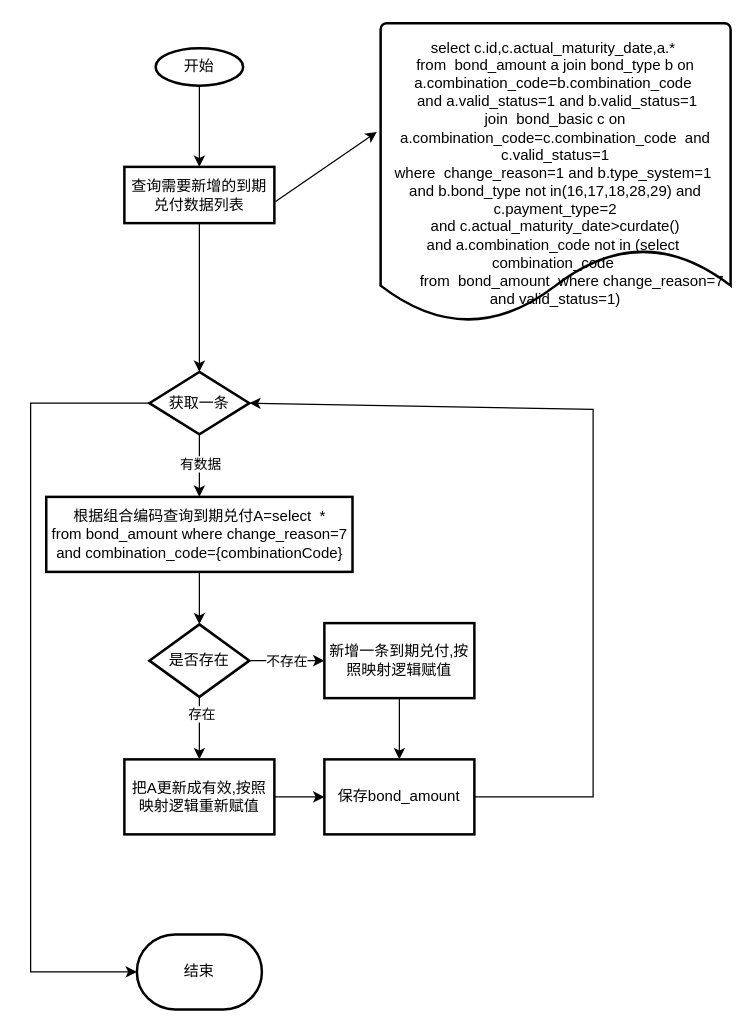
The draw.io diagram bondAmount到期兑付.drawio in xbluckly/test, before the edit. Source tidied: cells renumbered, new cells numbered last; positions are measured from the earlier drawing's top-left corner, leaving out a move shared by most shapes. Both pictures are drawn from the tidied source at 125%, with x=0, y=0 at pixel (30, 22).
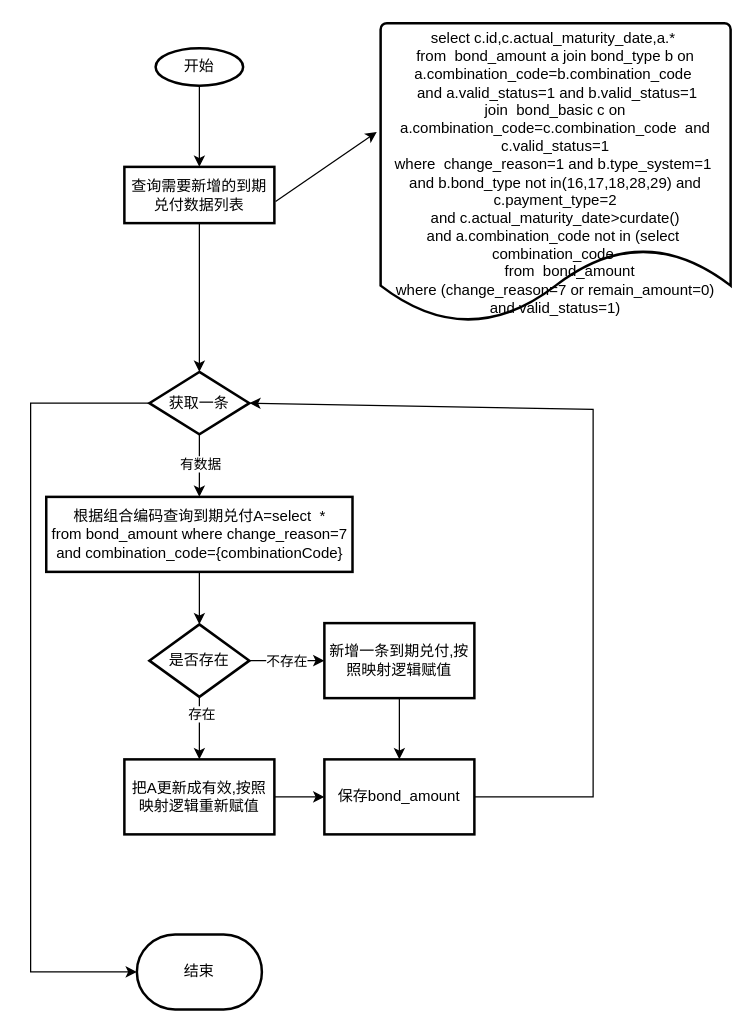
The same page after the edit.

Commit message:
更新bondAmount到期兑付.drawio

Change to the diagram source:
```diff
@@
-    <mxCell id="6" value="&lt;div&gt;select c.id,c.actual_maturity_date,a.*&amp;nbsp;&lt;/div&gt;&lt;div&gt;from&amp;nbsp; bond_amount a join bond_type b on a.combination_code=b.combination_code&amp;nbsp;&lt;/div&gt;&lt;div&gt;&amp;nbsp;and a.valid_status=1 and b.valid_status=1&lt;/div&gt;&lt;div&gt;join&amp;nbsp; bond_basic c on a.combination_code=c.combination_code&amp;nbsp; and c.valid_status=1&lt;/div&gt;&lt;div&gt;where&amp;nbsp; change_reason=1 and b.type_system=1&amp;nbsp;&lt;/div&gt;&lt;div&gt;and b.bond_type not in(16,17,18,28,29) and c.payment_type=2&lt;/div&gt;&lt;div&gt;and c.actual_maturity_date&amp;gt;curdate()&lt;/div&gt;&lt;div&gt;and a.combination_code not in (select&amp;nbsp; combination_code&amp;nbsp;&lt;/div&gt;&lt;div&gt;&lt;span style=&quot;white-space: normal;&quot;&gt;&lt;span style=&quot;white-space:pre&quot;&gt;&#9;&lt;/span&gt;from&amp;nbsp; bond_amount&amp;nbsp; where change_reason=7 and valid_status=1)&lt;/span&gt;&lt;/div&gt;" style="strokeWidth=2;html=1;shape=mxgraph.flowchart.document2;whiteSpace=wrap;size=0.25;" parent="1" vertex="1">
+    <mxCell id="6" value="&lt;div&gt;select c.id,c.actual_maturity_date,a.*&amp;nbsp;&lt;/div&gt;&lt;div&gt;from&amp;nbsp; bond_amount a join bond_type b on a.combination_code=b.combination_code&amp;nbsp;&lt;/div&gt;&lt;div&gt;&amp;nbsp;and a.valid_status=1 and b.valid_status=1&lt;/div&gt;&lt;div&gt;join&amp;nbsp; bond_basic c on a.combination_code=c.combination_code&amp;nbsp; and c.valid_status=1&lt;/div&gt;&lt;div&gt;where&amp;nbsp; change_reason=1 and b.type_system=1&amp;nbsp;&lt;/div&gt;&lt;div&gt;and b.bond_type not in(16,17,18,28,29) and c.payment_type=2&lt;/div&gt;&lt;div&gt;and c.actual_maturity_date&amp;gt;curdate()&lt;/div&gt;&lt;div&gt;and a.combination_code not in (select&amp;nbsp; combination_code&amp;nbsp;&lt;/div&gt;&lt;div&gt;&lt;span style=&quot;white-space: normal;&quot;&gt;&lt;span style=&quot;white-space:pre&quot;&gt;&#9;&lt;/span&gt;from&amp;nbsp; bond_amount&amp;nbsp; &lt;br&gt;where (change_reason=7 or remain_amount=0) and valid_status=1)&lt;/span&gt;&lt;/div&gt;" style="strokeWidth=2;html=1;shape=mxgraph.flowchart.document2;whiteSpace=wrap;size=0.25;" parent="1" vertex="1">
       <mxGeometry x="280" width="280" height="240" as="geometry" />
     </mxCell>
```
